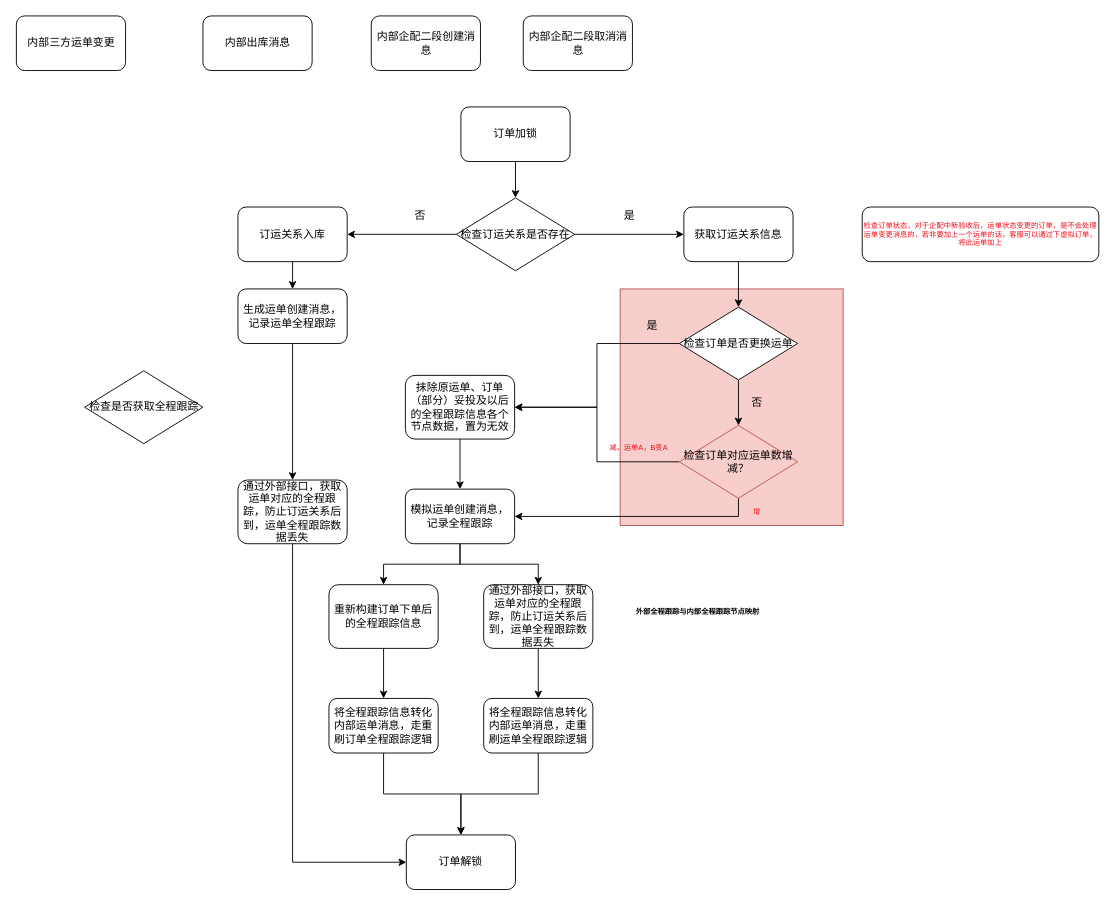
Before: page "订运关系落库" (34 of 36) of Untitled Diagram.drawio in lixintao03/lixintao.github.io, a draw.io diagram. Source tidied: cells renumbered, new cells numbered last; positions are measured from the earlier drawing's top-left corner, leaving out a move shared by most shapes. Both pictures are drawn from the tidied source at 91%, with x=0, y=0 at pixel (15, 15).
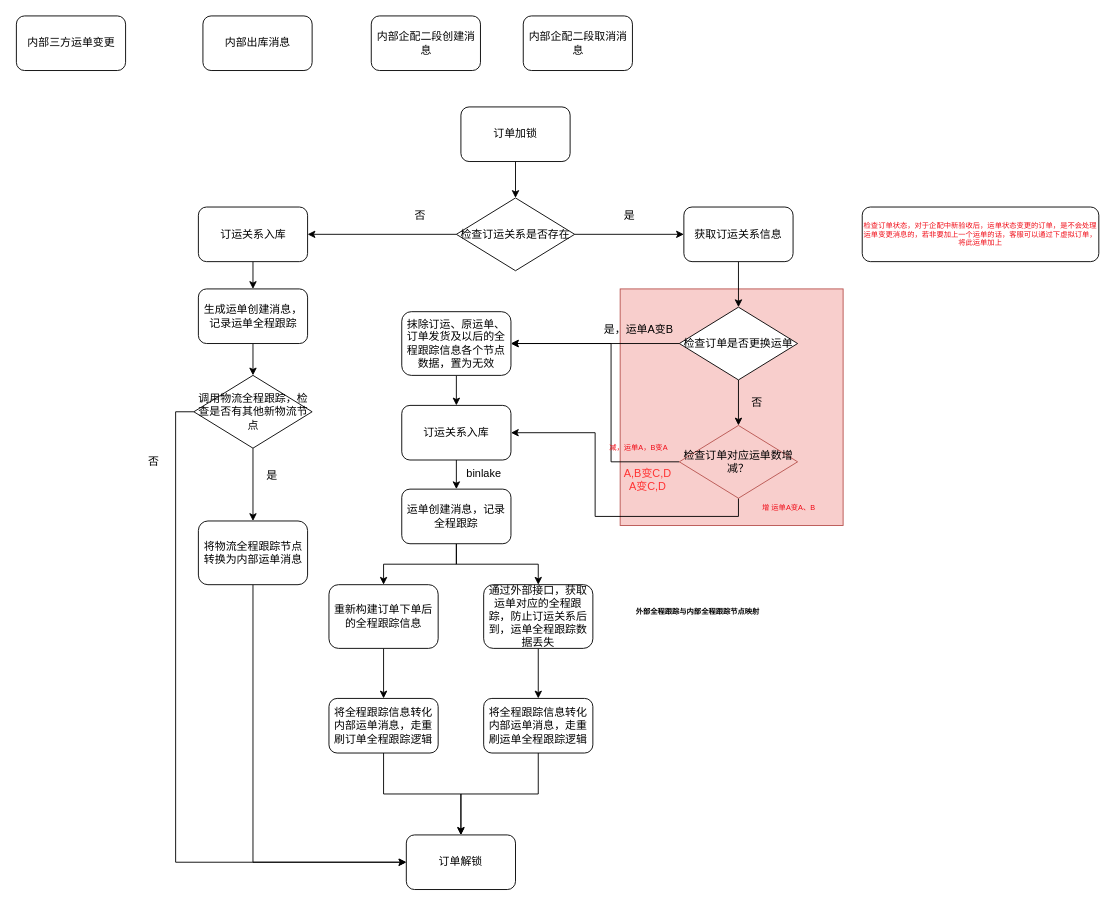
After the change.

The change refers to these unchanged cells:
```xml
<mxCell id="20" value="检查订单是否更换运单" style="rhombus;whiteSpace=wrap;html=1;" parent="1" vertex="1">
  <mxGeometry x="729" y="320" width="130" height="80" as="geometry" />
</mxCell>
<mxCell id="28" value="检查订单对应运单数增减？" style="rhombus;whiteSpace=wrap;html=1;fillColor=#f8cecc;strokeColor=#b85450;" parent="1" vertex="1">
  <mxGeometry x="729" y="450" width="130" height="80" as="geometry" />
</mxCell>
<mxCell id="42" value="订单解锁" style="rounded=1;whiteSpace=wrap;html=1;" parent="1" vertex="1">
  <mxGeometry x="429" y="900" width="120" height="60" as="geometry" />
</mxCell>
```

Diff of the diagram source:
```diff
@@
     <mxCell id="7" value="订运关系入库" style="rounded=1;whiteSpace=wrap;html=1;" parent="1" vertex="1">
-      <mxGeometry x="244" y="210" width="120" height="60" as="geometry" />
+      <mxGeometry x="200.5" y="210" width="120" height="60" as="geometry" />
     </mxCell>
@@
-    <mxCell id="19" style="edgeStyle=orthogonalEdgeStyle;rounded=0;jettySize=auto;html=1;exitX=0;exitY=0.5;exitDx=0;exitDy=0;entryX=1;entryY=0.5;entryDx=0;entryDy=0;fontSize=8;fontColor=#f00a15;" parent="1" edge="1" source="20" target="22">
+    <mxCell id="19" style="edgeStyle=orthogonalEdgeStyle;rounded=0;jettySize=auto;html=1;exitX=0;exitY=0.5;exitDx=0;exitDy=0;fontSize=8;fontColor=#f00a15;entryX=1;entryY=0.5;entryDx=0;entryDy=0;" parent="1" edge="1" source="20" target="22">
       <mxGeometry relative="1" as="geometry" />
     </mxCell>
@@
-    <mxCell id="21" style="edgeStyle=orthogonalEdgeStyle;rounded=0;jettySize=auto;html=1;exitX=0.5;exitY=1;exitDx=0;exitDy=0;entryX=0.5;entryY=0;entryDx=0;entryDy=0;" parent="1" edge="1" source="22" target="37">
-      <mxGeometry relative="1" as="geometry" />
-    </mxCell>
+    <mxCell id="49" style="edgeStyle=orthogonalEdgeStyle;rounded=0;jettySize=auto;html=1;exitX=0.5;exitY=1;exitDx=0;exitDy=0;entryX=0.5;entryY=0;entryDx=0;entryDy=0;" parent="1" edge="1" source="22" target="56">
+      <mxGeometry relative="1" as="geometry" />
+    </mxCell>
-    <mxCell id="22" value="抹除原运单、订单（部分）妥投及以后的全程跟踪信息各个节点数据，置为无效" style="rounded=1;whiteSpace=wrap;html=1;" parent="1" vertex="1">
-      <mxGeometry x="428" y="395" width="120" height="70" as="geometry" />
+    <mxCell id="22" value="抹除订运、原运单、订单发货及以后的全程跟踪信息各个节点数据，置为无效" style="rounded=1;whiteSpace=wrap;html=1;" parent="1" vertex="1">
+      <mxGeometry x="424" y="325" width="120" height="70" as="geometry" />
     </mxCell>
@@
-    <mxCell id="24" value="是" style="text;html=1;align=center;verticalAlign=middle;strokeColor=none;fillColor=none;" parent="1" vertex="1">
-      <mxGeometry x="679" y="325" width="40" height="30" as="geometry" />
+    <mxCell id="24" value="是，运单A变B" style="text;html=1;align=center;verticalAlign=middle;strokeColor=none;fillColor=none;" parent="1" vertex="1">
+      <mxGeometry x="634" y="330" width="100" height="30" as="geometry" />
     </mxCell>
@@
-    <mxCell id="26" style="edgeStyle=orthogonalEdgeStyle;rounded=0;jettySize=auto;html=1;exitX=0.5;exitY=1;exitDx=0;exitDy=0;entryX=1;entryY=0.5;entryDx=0;entryDy=0;fontSize=8;fontColor=#f00a15;" parent="1" edge="1" source="28" target="37">
+    <mxCell id="26" style="edgeStyle=orthogonalEdgeStyle;rounded=0;jettySize=auto;html=1;exitX=0.5;exitY=1;exitDx=0;exitDy=0;entryX=1;entryY=0.5;entryDx=0;entryDy=0;fontSize=8;fontColor=#f00a15;" parent="1" edge="1" source="28" target="56">
       <mxGeometry relative="1" as="geometry" />
     </mxCell>
     <mxCell id="27" style="edgeStyle=orthogonalEdgeStyle;rounded=0;jettySize=auto;html=1;exitX=0;exitY=0.5;exitDx=0;exitDy=0;entryX=1;entryY=0.5;entryDx=0;entryDy=0;fontSize=8;fontColor=#f00a15;" parent="1" edge="1" source="28" target="22">
-      <mxGeometry relative="1" as="geometry" />
+      <mxGeometry relative="1" as="geometry">
+        <Array as="points">
+          <mxPoint x="654" y="490" />
+          <mxPoint x="654" y="360" />
+        </Array>
+      </mxGeometry>
     </mxCell>
@@
-    <mxCell id="33" style="edgeStyle=orthogonalEdgeStyle;rounded=0;jettySize=auto;html=1;exitX=0.5;exitY=1;exitDx=0;exitDy=0;entryX=0.5;entryY=0;entryDx=0;entryDy=0;" parent="1" edge="1" source="34" target="39">
-      <mxGeometry relative="1" as="geometry" />
-    </mxCell>
+    <mxCell id="50" style="edgeStyle=orthogonalEdgeStyle;rounded=0;jettySize=auto;html=1;exitX=0.5;exitY=1;exitDx=0;exitDy=0;entryX=0.5;entryY=0;entryDx=0;entryDy=0;" parent="1" edge="1" source="34" target="48">
+      <mxGeometry relative="1" as="geometry" />
+    </mxCell>
     <mxCell id="34" value="生成运单创建消息，记录运单全程跟踪" style="rounded=1;whiteSpace=wrap;html=1;" parent="1" vertex="1">
-      <mxGeometry x="244" y="300" width="120" height="60" as="geometry" />
+      <mxGeometry x="200.5" y="300" width="120" height="60" as="geometry" />
     </mxCell>
@@
-    <mxCell id="37" value="模拟运单创建消息，记录全程跟踪" style="rounded=1;whiteSpace=wrap;html=1;" parent="1" vertex="1">
-      <mxGeometry x="428" y="520" width="120" height="60" as="geometry" />
+    <mxCell id="37" value="运单创建消息，记录全程跟踪" style="rounded=1;whiteSpace=wrap;html=1;" parent="1" vertex="1">
+      <mxGeometry x="424" y="520" width="120" height="60" as="geometry" />
     </mxCell>
@@
-    <mxCell id="39" value="通过外部接口，获取运单对应的全程跟踪，防止订运关系后到，运单全程跟踪数据丢失" style="rounded=1;whiteSpace=wrap;html=1;" parent="1" vertex="1">
-      <mxGeometry x="244" y="510" width="120" height="70" as="geometry" />
+    <mxCell id="39" value="将物流全程跟踪节点转换为内部运单消息" style="rounded=1;whiteSpace=wrap;html=1;" parent="1" vertex="1">
+      <mxGeometry x="200.5" y="555" width="120" height="70" as="geometry" />
     </mxCell>
@@
-    <mxCell id="44" value="增" style="text;html=1;align=center;verticalAlign=middle;strokeColor=none;fillColor=none;fontSize=8;fontColor=#f00a15;" parent="1" vertex="1">
-      <mxGeometry x="794" y="530" width="40" height="30" as="geometry" />
+    <mxCell id="44" value="增 运单A变A、B" style="text;html=1;align=center;verticalAlign=middle;strokeColor=none;fillColor=none;fontSize=8;fontColor=#f00a15;" parent="1" vertex="1">
+      <mxGeometry x="794" y="525" width="110" height="30" as="geometry" />
     </mxCell>
@@
+    <mxCell id="51" style="edgeStyle=orthogonalEdgeStyle;rounded=0;jettySize=auto;html=1;exitX=0;exitY=0.5;exitDx=0;exitDy=0;entryX=0;entryY=0.5;entryDx=0;entryDy=0;" parent="1" edge="1" source="48" target="42">
+      <mxGeometry relative="1" as="geometry" />
+    </mxCell>
+    <mxCell id="52" style="edgeStyle=orthogonalEdgeStyle;rounded=0;jettySize=auto;html=1;exitX=0.5;exitY=1;exitDx=0;exitDy=0;entryX=0.5;entryY=0;entryDx=0;entryDy=0;" parent="1" edge="1" source="48" target="39">
+      <mxGeometry relative="1" as="geometry" />
+    </mxCell>
-    <mxCell id="48" value="检查是否获取全程跟踪" style="rhombus;whiteSpace=wrap;html=1;" parent="1" vertex="1">
-      <mxGeometry x="75.5" y="390" width="130" height="80" as="geometry" />
+    <mxCell id="48" value="调用物流全程跟踪，检查是否有其他新物流节点" style="rhombus;whiteSpace=wrap;html=1;" parent="1" vertex="1">
+      <mxGeometry x="195.5" y="395" width="130" height="80" as="geometry" />
     </mxCell>
+    <mxCell id="53" value="否" style="text;html=1;align=center;verticalAlign=middle;strokeColor=none;fillColor=none;" parent="1" vertex="1">
+      <mxGeometry x="130.5" y="475" width="40" height="30" as="geometry" />
+    </mxCell>
+    <mxCell id="54" value="是" style="text;html=1;align=center;verticalAlign=middle;strokeColor=none;fillColor=none;" parent="1" vertex="1">
+      <mxGeometry x="260.5" y="490" width="40" height="30" as="geometry" />
+    </mxCell>
+    <mxCell id="55" style="edgeStyle=orthogonalEdgeStyle;rounded=0;jettySize=auto;html=1;exitX=0.5;exitY=1;exitDx=0;exitDy=0;entryX=0.5;entryY=0;entryDx=0;entryDy=0;" parent="1" edge="1" source="56" target="37">
+      <mxGeometry relative="1" as="geometry" />
+    </mxCell>
+    <mxCell id="56" value="订运关系入库" style="rounded=1;whiteSpace=wrap;html=1;" parent="1" vertex="1">
+      <mxGeometry x="424" y="428" width="120" height="60" as="geometry" />
+    </mxCell>
+    <mxCell id="57" value="binlake" style="text;html=1;align=center;verticalAlign=middle;strokeColor=none;fillColor=none;" parent="1" vertex="1">
+      <mxGeometry x="484" y="488" width="60" height="30" as="geometry" />
+    </mxCell>
+    <mxCell id="58" value="&lt;font color=&quot;#ff3333&quot;&gt;A,B变C,D&lt;br&gt;A变C,D&lt;/font&gt;" style="text;html=1;align=center;verticalAlign=middle;strokeColor=none;fillColor=none;" parent="1" vertex="1">
+      <mxGeometry x="654" y="490" width="80" height="40" as="geometry" />
+    </mxCell>
```
